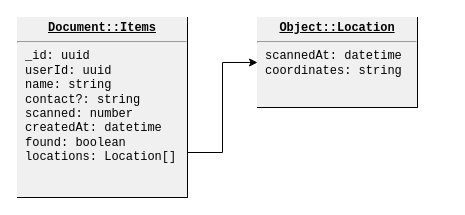
vanister/mat-do keeps this draw.io diagram as docs/mat-do-datamodel.drawio. Above is the earlier version. Source tidied: cells renumbered, new cells numbered last; positions are measured from the earlier drawing's top-left corner, leaving out a move shared by most shapes. Both pictures are drawn from the tidied source at 100%, with x=0, y=0 at pixel (17, 17).
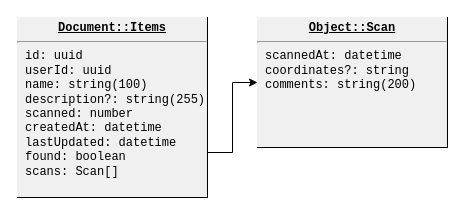
The same diagram, later.

The edit, as a diff of the source:
```diff
@@
 <mxGraphModel>
   <root>
     <mxCell id="0" />
     <mxCell id="1" parent="0" />
-    <mxCell id="2" value="&lt;p style=&quot;margin: 0px ; margin-top: 4px ; text-align: center ; text-decoration: underline&quot;&gt;&lt;b&gt;Object::Location&lt;/b&gt;&lt;/p&gt;&lt;hr&gt;&lt;p style=&quot;margin: 0px ; margin-left: 8px&quot;&gt;scannedAt: datetime&lt;br&gt;coordinates: string&lt;/p&gt;" style="verticalAlign=top;align=left;overflow=fill;fontSize=12;fontFamily=Courier New;html=1;fontColor=#000000;fillColor=default;labelBackgroundColor=#F0F0F0;" parent="1" vertex="1">
-      <mxGeometry x="240" width="160" height="90" as="geometry" />
+    <mxCell id="2" value="&lt;p style=&quot;margin: 0px ; margin-top: 4px ; text-align: center ; text-decoration: underline&quot;&gt;&lt;b&gt;Object::Scan&lt;/b&gt;&lt;/p&gt;&lt;hr&gt;&lt;p style=&quot;margin: 0px ; margin-left: 8px&quot;&gt;scannedAt: datetime&lt;br&gt;coordinates?: string&lt;/p&gt;&lt;p style=&quot;margin: 0px ; margin-left: 8px&quot;&gt;comments: string(200)&lt;/p&gt;" style="verticalAlign=top;align=left;overflow=fill;fontSize=12;fontFamily=Courier New;html=1;fontColor=#000000;fillColor=default;labelBackgroundColor=#F0F0F0;" parent="1" vertex="1">
+      <mxGeometry x="240" width="190" height="130" as="geometry" />
     </mxCell>
     <mxCell id="3" style="edgeStyle=orthogonalEdgeStyle;rounded=0;jettySize=auto;html=1;exitX=1;exitY=0.75;exitDx=0;exitDy=0;fontFamily=Courier New;fontSize=12;fontColor=#000000;" parent="1" edge="1" source="4" target="2">
       <mxGeometry relative="1" as="geometry" />
     </mxCell>
-    <mxCell id="4" value="&lt;p style=&quot;margin: 0px ; margin-top: 4px ; text-align: center ; text-decoration: underline&quot;&gt;&lt;b&gt;Document::Items&lt;/b&gt;&lt;/p&gt;&lt;hr&gt;&lt;p style=&quot;margin: 0px ; margin-left: 8px&quot;&gt;_id: uuid&lt;br&gt;&lt;/p&gt;&lt;p style=&quot;margin: 0px ; margin-left: 8px&quot;&gt;userId: uuid&lt;/p&gt;&lt;p style=&quot;margin: 0px ; margin-left: 8px&quot;&gt;name: string&lt;/p&gt;&lt;p style=&quot;margin: 0px ; margin-left: 8px&quot;&gt;contact?: string&lt;/p&gt;&lt;p style=&quot;margin: 0px ; margin-left: 8px&quot;&gt;scanned: number&lt;/p&gt;&lt;p style=&quot;margin: 0px ; margin-left: 8px&quot;&gt;createdAt: datetime&lt;/p&gt;&lt;p style=&quot;margin: 0px ; margin-left: 8px&quot;&gt;found: boolean&lt;/p&gt;&lt;p style=&quot;margin: 0px ; margin-left: 8px&quot;&gt;locations: Location[]&lt;/p&gt;" style="verticalAlign=top;align=left;overflow=fill;fontSize=12;fontFamily=Courier New;html=1;labelBackgroundColor=#F0F0F0;fontColor=#000000;fillColor=default;" parent="1" vertex="1">
-      <mxGeometry width="170" height="180" as="geometry" />
+    <mxCell id="4" value="&lt;p style=&quot;margin: 0px ; margin-top: 4px ; text-align: center ; text-decoration: underline&quot;&gt;&lt;b&gt;Document::Items&lt;/b&gt;&lt;/p&gt;&lt;hr&gt;&lt;p style=&quot;margin: 0px ; margin-left: 8px&quot;&gt;id: uuid&lt;br&gt;&lt;/p&gt;&lt;p style=&quot;margin: 0px ; margin-left: 8px&quot;&gt;userId: uuid&lt;/p&gt;&lt;p style=&quot;margin: 0px ; margin-left: 8px&quot;&gt;name: string(100)&lt;/p&gt;&lt;p style=&quot;margin: 0px ; margin-left: 8px&quot;&gt;description?: string(255)&lt;/p&gt;&lt;p style=&quot;margin: 0px ; margin-left: 8px&quot;&gt;scanned: number&lt;/p&gt;&lt;p style=&quot;margin: 0px ; margin-left: 8px&quot;&gt;createdAt: datetime&lt;/p&gt;&lt;p style=&quot;margin: 0px ; margin-left: 8px&quot;&gt;lastUpdated: datetime&lt;/p&gt;&lt;p style=&quot;margin: 0px ; margin-left: 8px&quot;&gt;found: boolean&lt;/p&gt;&lt;p style=&quot;margin: 0px ; margin-left: 8px&quot;&gt;scans: Scan[]&lt;/p&gt;" style="verticalAlign=top;align=left;overflow=fill;fontSize=12;fontFamily=Courier New;html=1;labelBackgroundColor=#F0F0F0;fontColor=#000000;fillColor=default;" parent="1" vertex="1">
+      <mxGeometry width="190" height="180" as="geometry" />
     </mxCell>
   </root>
 </mxGraphModel>
```
